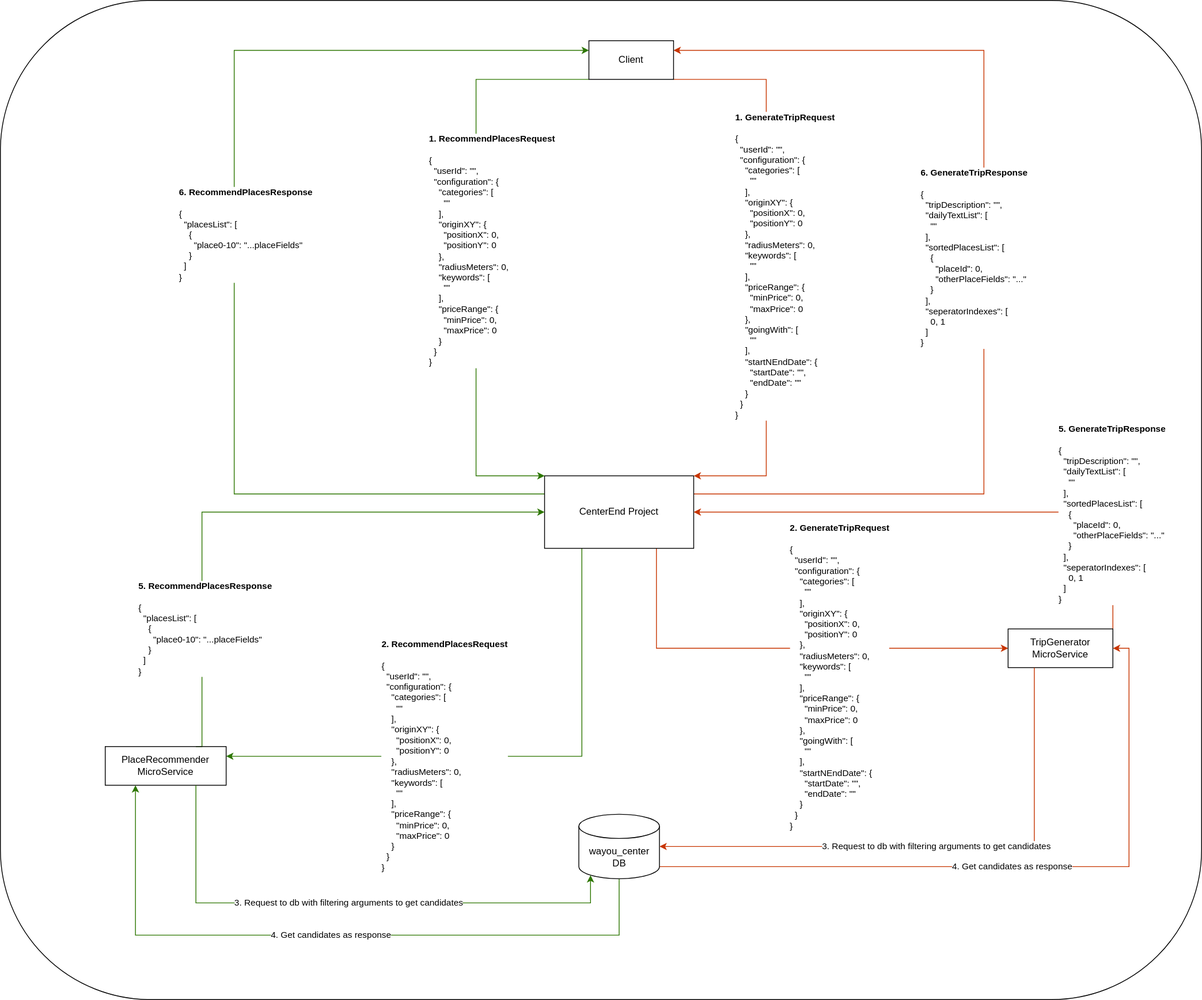
KahlerYasla/wayou-lt keeps this draw.io diagram as request-response.drawio.svg. Above is the earlier version. Source tidied: cells renumbered, new cells last; positions are measured from the earlier drawing's top-left corner, leaving out a move shared by most shapes.
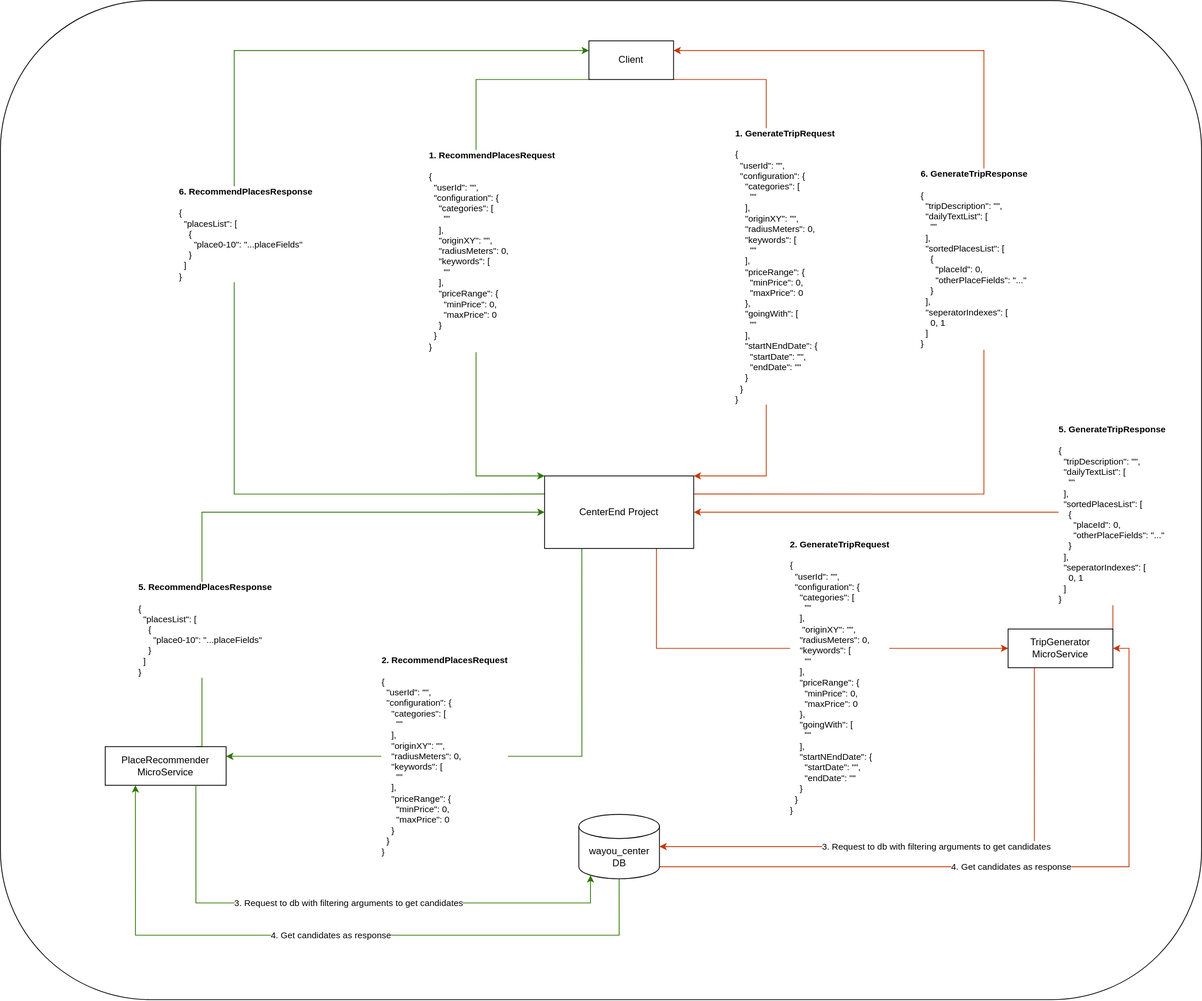
The same file after the commit.

What changed in the source:
```diff
@@ -31,12 +31,12 @@
         <mxPoint x="-64" y="81" as="offset" />
       </mxGeometry>
     </mxCell>
-    <mxCell id="7" value="&lt;b style=&quot;text-align: left;&quot;&gt;2. RecommendPlacesRequest&lt;br&gt;&lt;/b&gt;&lt;div style=&quot;text-align: left;&quot;&gt;&lt;div&gt;&lt;br&gt;&lt;/div&gt;&lt;div&gt;{&lt;/div&gt;&lt;div&gt;&amp;nbsp; &quot;userId&quot;: &quot;&quot;,&lt;/div&gt;&lt;div&gt;&amp;nbsp; &quot;configuration&quot;: {&lt;/div&gt;&lt;div&gt;&amp;nbsp; &amp;nbsp; &quot;categories&quot;: [&lt;/div&gt;&lt;div&gt;&amp;nbsp; &amp;nbsp; &amp;nbsp; &quot;&quot;&lt;/div&gt;&lt;div&gt;&amp;nbsp; &amp;nbsp; ],&lt;/div&gt;&lt;div&gt;&amp;nbsp; &amp;nbsp; &quot;originXY&quot;: {&lt;/div&gt;&lt;div&gt;&amp;nbsp; &amp;nbsp; &amp;nbsp; &quot;positionX&quot;: 0,&lt;/div&gt;&lt;div&gt;&amp;nbsp; &amp;nbsp; &amp;nbsp; &quot;positionY&quot;: 0&lt;/div&gt;&lt;div&gt;&amp;nbsp; &amp;nbsp; },&lt;/div&gt;&lt;div&gt;&lt;div&gt;&amp;nbsp; &amp;nbsp; &quot;radiusMeters&quot;: 0,&lt;/div&gt;&lt;/div&gt;&lt;div&gt;&amp;nbsp; &amp;nbsp; &quot;keywords&quot;: [&lt;/div&gt;&lt;div&gt;&amp;nbsp; &amp;nbsp; &amp;nbsp; &quot;&quot;&lt;/div&gt;&lt;div&gt;&amp;nbsp; &amp;nbsp; ],&lt;/div&gt;&lt;div&gt;&amp;nbsp; &amp;nbsp; &quot;priceRange&quot;: {&lt;/div&gt;&lt;div&gt;&amp;nbsp; &amp;nbsp; &amp;nbsp; &quot;minPrice&quot;: 0,&lt;/div&gt;&lt;div&gt;&amp;nbsp; &amp;nbsp; &amp;nbsp; &quot;maxPrice&quot;: 0&lt;/div&gt;&lt;div&gt;&amp;nbsp; &amp;nbsp; }&lt;/div&gt;&lt;div&gt;&amp;nbsp; }&lt;/div&gt;&lt;div&gt;}&lt;/div&gt;&lt;/div&gt;" style="edgeStyle=orthogonalEdgeStyle;rounded=0;jettySize=auto;html=1;exitX=0.25;exitY=1;exitDx=0;exitDy=0;entryX=1;entryY=0.25;entryDx=0;entryDy=0;fillColor=#60a917;strokeColor=#2D7600;" parent="1" edge="1" source="9" target="12">
+    <mxCell id="7" value="&lt;b style=&quot;text-align: left;&quot;&gt;2. RecommendPlacesRequest&lt;br&gt;&lt;/b&gt;&lt;div style=&quot;text-align: left;&quot;&gt;&lt;div&gt;&lt;br&gt;&lt;/div&gt;&lt;div&gt;{&lt;/div&gt;&lt;div&gt;&amp;nbsp; &quot;userId&quot;: &quot;&quot;,&lt;/div&gt;&lt;div&gt;&amp;nbsp; &quot;configuration&quot;: {&lt;/div&gt;&lt;div&gt;&amp;nbsp; &amp;nbsp; &quot;categories&quot;: [&lt;/div&gt;&lt;div&gt;&amp;nbsp; &amp;nbsp; &amp;nbsp; &quot;&quot;&lt;/div&gt;&lt;div&gt;&amp;nbsp; &amp;nbsp; ],&lt;/div&gt;&lt;div&gt;&lt;div&gt;&amp;nbsp; &amp;nbsp; &quot;originXY&quot;: &quot;&quot;,&lt;/div&gt;&lt;/div&gt;&lt;div&gt;&lt;div&gt;&amp;nbsp; &amp;nbsp; &quot;radiusMeters&quot;: 0,&lt;/div&gt;&lt;/div&gt;&lt;div&gt;&amp;nbsp; &amp;nbsp; &quot;keywords&quot;: [&lt;/div&gt;&lt;div&gt;&amp;nbsp; &amp;nbsp; &amp;nbsp; &quot;&quot;&lt;/div&gt;&lt;div&gt;&amp;nbsp; &amp;nbsp; ],&lt;/div&gt;&lt;div&gt;&amp;nbsp; &amp;nbsp; &quot;priceRange&quot;: {&lt;/div&gt;&lt;div&gt;&amp;nbsp; &amp;nbsp; &amp;nbsp; &quot;minPrice&quot;: 0,&lt;/div&gt;&lt;div&gt;&amp;nbsp; &amp;nbsp; &amp;nbsp; &quot;maxPrice&quot;: 0&lt;/div&gt;&lt;div&gt;&amp;nbsp; &amp;nbsp; }&lt;/div&gt;&lt;div&gt;&amp;nbsp; }&lt;/div&gt;&lt;div&gt;}&lt;/div&gt;&lt;/div&gt;" style="edgeStyle=orthogonalEdgeStyle;rounded=0;jettySize=auto;html=1;exitX=0.25;exitY=1;exitDx=0;exitDy=0;entryX=1;entryY=0.25;entryDx=0;entryDy=0;fillColor=#60a917;strokeColor=#2D7600;" parent="1" edge="1" source="9" target="12">
       <mxGeometry x="0.23" relative="1" as="geometry">
         <mxPoint x="1" as="offset" />
       </mxGeometry>
     </mxCell>
-    <mxCell id="8" value="&lt;b style=&quot;forced-color-adjust: none; color: rgb(0, 0, 0); font-family: Helvetica; font-size: 11px; font-style: normal; font-variant-ligatures: normal; font-variant-caps: normal; letter-spacing: normal; orphans: 2; text-align: left; text-indent: 0px; text-transform: none; widows: 2; word-spacing: 0px; -webkit-text-stroke-width: 0px; white-space: nowrap; text-decoration-thickness: initial; text-decoration-style: initial; text-decoration-color: initial;&quot;&gt;2. GenerateTripRequest&lt;br style=&quot;forced-color-adjust: none;&quot;&gt;&lt;/b&gt;&lt;br style=&quot;forced-color-adjust: none; color: rgb(0, 0, 0); font-family: Helvetica; font-size: 11px; font-style: normal; font-variant-ligatures: normal; font-variant-caps: normal; font-weight: 400; letter-spacing: normal; orphans: 2; text-align: left; text-indent: 0px; text-transform: none; widows: 2; word-spacing: 0px; -webkit-text-stroke-width: 0px; white-space: nowrap; text-decoration-thickness: initial; text-decoration-style: initial; text-decoration-color: initial;&quot;&gt;&lt;div style=&quot;forced-color-adjust: none; color: rgb(0, 0, 0); font-family: Helvetica; font-size: 11px; font-style: normal; font-variant-ligatures: normal; font-variant-caps: normal; font-weight: 400; letter-spacing: normal; orphans: 2; text-align: left; text-indent: 0px; text-transform: none; widows: 2; word-spacing: 0px; -webkit-text-stroke-width: 0px; white-space: nowrap; text-decoration-thickness: initial; text-decoration-style: initial; text-decoration-color: initial;&quot;&gt;&lt;div&gt;{&lt;/div&gt;&lt;div&gt;&amp;nbsp; &quot;userId&quot;: &quot;&quot;,&lt;/div&gt;&lt;div&gt;&amp;nbsp; &quot;configuration&quot;: {&lt;/div&gt;&lt;div&gt;&amp;nbsp; &amp;nbsp; &quot;categories&quot;: [&lt;/div&gt;&lt;div&gt;&amp;nbsp; &amp;nbsp; &amp;nbsp; &quot;&quot;&lt;/div&gt;&lt;div&gt;&amp;nbsp; &amp;nbsp; ],&lt;/div&gt;&lt;div&gt;&amp;nbsp; &amp;nbsp; &quot;originXY&quot;: {&lt;/div&gt;&lt;div&gt;&amp;nbsp; &amp;nbsp; &amp;nbsp; &quot;positionX&quot;: 0,&lt;/div&gt;&lt;div&gt;&amp;nbsp; &amp;nbsp; &amp;nbsp; &quot;positionY&quot;: 0&lt;/div&gt;&lt;div&gt;&amp;nbsp; &amp;nbsp; },&lt;/div&gt;&lt;div&gt;&amp;nbsp; &amp;nbsp; &quot;radiusMeters&quot;: 0,&lt;/div&gt;&lt;div&gt;&amp;nbsp; &amp;nbsp; &quot;keywords&quot;: [&lt;/div&gt;&lt;div&gt;&amp;nbsp; &amp;nbsp; &amp;nbsp; &quot;&quot;&lt;/div&gt;&lt;div&gt;&amp;nbsp; &amp;nbsp; ],&lt;/div&gt;&lt;div&gt;&amp;nbsp; &amp;nbsp; &quot;priceRange&quot;: {&lt;/div&gt;&lt;div&gt;&amp;nbsp; &amp;nbsp; &amp;nbsp; &quot;minPrice&quot;: 0,&lt;/div&gt;&lt;div&gt;&amp;nbsp; &amp;nbsp; &amp;nbsp; &quot;maxPrice&quot;: 0&lt;/div&gt;&lt;div&gt;&amp;nbsp; &amp;nbsp; },&lt;/div&gt;&lt;div&gt;&amp;nbsp; &amp;nbsp; &quot;goingWith&quot;: [&lt;/div&gt;&lt;div&gt;&amp;nbsp; &amp;nbsp; &amp;nbsp; &quot;&quot;&lt;/div&gt;&lt;div&gt;&amp;nbsp; &amp;nbsp; ],&lt;/div&gt;&lt;div&gt;&amp;nbsp; &amp;nbsp; &quot;startNEndDate&quot;: {&lt;/div&gt;&lt;div&gt;&amp;nbsp; &amp;nbsp; &amp;nbsp; &quot;startDate&quot;: &quot;&quot;,&lt;/div&gt;&lt;div&gt;&amp;nbsp; &amp;nbsp; &amp;nbsp; &quot;endDate&quot;: &quot;&quot;&lt;/div&gt;&lt;div&gt;&amp;nbsp; &amp;nbsp; }&lt;/div&gt;&lt;div&gt;&amp;nbsp; }&lt;/div&gt;&lt;div&gt;}&lt;/div&gt;&lt;/div&gt;" style="edgeStyle=orthogonalEdgeStyle;rounded=0;jettySize=auto;html=1;exitX=0.75;exitY=1;exitDx=0;exitDy=0;entryX=0;entryY=0.5;entryDx=0;entryDy=0;fillColor=#fa6800;strokeColor=#C73500;" parent="1" edge="1" source="9" target="15">
+    <mxCell id="8" value="&lt;b style=&quot;forced-color-adjust: none; color: rgb(0, 0, 0); font-family: Helvetica; font-size: 11px; font-style: normal; font-variant-ligatures: normal; font-variant-caps: normal; letter-spacing: normal; orphans: 2; text-align: left; text-indent: 0px; text-transform: none; widows: 2; word-spacing: 0px; -webkit-text-stroke-width: 0px; white-space: nowrap; text-decoration-thickness: initial; text-decoration-style: initial; text-decoration-color: initial;&quot;&gt;2. GenerateTripRequest&lt;br style=&quot;forced-color-adjust: none;&quot;&gt;&lt;/b&gt;&lt;br style=&quot;forced-color-adjust: none; color: rgb(0, 0, 0); font-family: Helvetica; font-size: 11px; font-style: normal; font-variant-ligatures: normal; font-variant-caps: normal; font-weight: 400; letter-spacing: normal; orphans: 2; text-align: left; text-indent: 0px; text-transform: none; widows: 2; word-spacing: 0px; -webkit-text-stroke-width: 0px; white-space: nowrap; text-decoration-thickness: initial; text-decoration-style: initial; text-decoration-color: initial;&quot;&gt;&lt;div style=&quot;forced-color-adjust: none; color: rgb(0, 0, 0); font-family: Helvetica; font-size: 11px; font-style: normal; font-variant-ligatures: normal; font-variant-caps: normal; font-weight: 400; letter-spacing: normal; orphans: 2; text-align: left; text-indent: 0px; text-transform: none; widows: 2; word-spacing: 0px; -webkit-text-stroke-width: 0px; white-space: nowrap; text-decoration-thickness: initial; text-decoration-style: initial; text-decoration-color: initial;&quot;&gt;&lt;div&gt;{&lt;/div&gt;&lt;div&gt;&amp;nbsp; &quot;userId&quot;: &quot;&quot;,&lt;/div&gt;&lt;div&gt;&amp;nbsp; &quot;configuration&quot;: {&lt;/div&gt;&lt;div&gt;&amp;nbsp; &amp;nbsp; &quot;categories&quot;: [&lt;/div&gt;&lt;div&gt;&amp;nbsp; &amp;nbsp; &amp;nbsp; &quot;&quot;&lt;/div&gt;&lt;div&gt;&amp;nbsp; &amp;nbsp; ],&lt;/div&gt;&lt;div&gt;&amp;nbsp; &amp;nbsp; &amp;nbsp;&quot;originXY&quot;: &quot;&quot;,&lt;/div&gt;&lt;div&gt;&amp;nbsp; &amp;nbsp; &quot;radiusMeters&quot;: 0,&lt;/div&gt;&lt;div&gt;&amp;nbsp; &amp;nbsp; &quot;keywords&quot;: [&lt;/div&gt;&lt;div&gt;&amp;nbsp; &amp;nbsp; &amp;nbsp; &quot;&quot;&lt;/div&gt;&lt;div&gt;&amp;nbsp; &amp;nbsp; ],&lt;/div&gt;&lt;div&gt;&amp;nbsp; &amp;nbsp; &quot;priceRange&quot;: {&lt;/div&gt;&lt;div&gt;&amp;nbsp; &amp;nbsp; &amp;nbsp; &quot;minPrice&quot;: 0,&lt;/div&gt;&lt;div&gt;&amp;nbsp; &amp;nbsp; &amp;nbsp; &quot;maxPrice&quot;: 0&lt;/div&gt;&lt;div&gt;&amp;nbsp; &amp;nbsp; },&lt;/div&gt;&lt;div&gt;&amp;nbsp; &amp;nbsp; &quot;goingWith&quot;: [&lt;/div&gt;&lt;div&gt;&amp;nbsp; &amp;nbsp; &amp;nbsp; &quot;&quot;&lt;/div&gt;&lt;div&gt;&amp;nbsp; &amp;nbsp; ],&lt;/div&gt;&lt;div&gt;&amp;nbsp; &amp;nbsp; &quot;startNEndDate&quot;: {&lt;/div&gt;&lt;div&gt;&amp;nbsp; &amp;nbsp; &amp;nbsp; &quot;startDate&quot;: &quot;&quot;,&lt;/div&gt;&lt;div&gt;&amp;nbsp; &amp;nbsp; &amp;nbsp; &quot;endDate&quot;: &quot;&quot;&lt;/div&gt;&lt;div&gt;&amp;nbsp; &amp;nbsp; }&lt;/div&gt;&lt;div&gt;&amp;nbsp; }&lt;/div&gt;&lt;div&gt;}&lt;/div&gt;&lt;/div&gt;" style="edgeStyle=orthogonalEdgeStyle;rounded=0;jettySize=auto;html=1;exitX=0.75;exitY=1;exitDx=0;exitDy=0;entryX=0;entryY=0.5;entryDx=0;entryDy=0;fillColor=#fa6800;strokeColor=#C73500;" parent="1" edge="1" source="9" target="15">
       <mxGeometry x="0.25" y="-36" relative="1" as="geometry" />
     </mxCell>
     <mxCell id="9" value="CenterEnd Project" style="rounded=0;whiteSpace=wrap;html=1;fillStyle=dashed;align=center;fillColor=default;strokeColor=#000000;glass=0;shadow=0;strokeWidth=1;" parent="1" vertex="1">
@@ -75,12 +75,12 @@
         </Array>
       </mxGeometry>
     </mxCell>
-    <mxCell id="17" value="&lt;b&gt;1. RecommendPlacesRequest&lt;br&gt;&lt;/b&gt;&lt;div&gt;&lt;div&gt;&lt;br&gt;&lt;/div&gt;&lt;div&gt;&lt;div&gt;{&lt;/div&gt;&lt;div&gt;&amp;nbsp; &quot;userId&quot;: &quot;&quot;,&lt;/div&gt;&lt;div&gt;&amp;nbsp; &quot;configuration&quot;: {&lt;/div&gt;&lt;div&gt;&amp;nbsp; &amp;nbsp; &quot;categories&quot;: [&lt;/div&gt;&lt;div&gt;&amp;nbsp; &amp;nbsp; &amp;nbsp; &quot;&quot;&lt;/div&gt;&lt;div&gt;&amp;nbsp; &amp;nbsp; ],&lt;/div&gt;&lt;div&gt;&amp;nbsp; &amp;nbsp; &quot;originXY&quot;: {&lt;/div&gt;&lt;div&gt;&amp;nbsp; &amp;nbsp; &amp;nbsp; &quot;positionX&quot;: 0,&lt;/div&gt;&lt;div&gt;&amp;nbsp; &amp;nbsp; &amp;nbsp; &quot;positionY&quot;: 0&lt;/div&gt;&lt;div&gt;&amp;nbsp; &amp;nbsp; },&lt;/div&gt;&lt;div&gt;&amp;nbsp; &amp;nbsp; &quot;radiusMeters&quot;: 0,&lt;/div&gt;&lt;div&gt;&amp;nbsp; &amp;nbsp; &quot;keywords&quot;: [&lt;/div&gt;&lt;div&gt;&amp;nbsp; &amp;nbsp; &amp;nbsp; &quot;&quot;&lt;/div&gt;&lt;div&gt;&amp;nbsp; &amp;nbsp; ],&lt;/div&gt;&lt;div&gt;&amp;nbsp; &amp;nbsp; &quot;priceRange&quot;: {&lt;/div&gt;&lt;div&gt;&amp;nbsp; &amp;nbsp; &amp;nbsp; &quot;minPrice&quot;: 0,&lt;/div&gt;&lt;div&gt;&amp;nbsp; &amp;nbsp; &amp;nbsp; &quot;maxPrice&quot;: 0&lt;/div&gt;&lt;div&gt;&amp;nbsp; &amp;nbsp; }&lt;/div&gt;&lt;div&gt;&amp;nbsp; }&lt;/div&gt;&lt;div&gt;}&lt;/div&gt;&lt;/div&gt;&lt;/div&gt;" style="edgeLabel;html=1;align=left;verticalAlign=middle;" parent="16" vertex="1">
+    <mxCell id="17" value="&lt;b&gt;1. RecommendPlacesRequest&lt;br&gt;&lt;/b&gt;&lt;div&gt;&lt;div&gt;&lt;br&gt;&lt;/div&gt;&lt;div&gt;&lt;div&gt;{&lt;/div&gt;&lt;div&gt;&amp;nbsp; &quot;userId&quot;: &quot;&quot;,&lt;/div&gt;&lt;div&gt;&amp;nbsp; &quot;configuration&quot;: {&lt;/div&gt;&lt;div&gt;&amp;nbsp; &amp;nbsp; &quot;categories&quot;: [&lt;/div&gt;&lt;div&gt;&amp;nbsp; &amp;nbsp; &amp;nbsp; &quot;&quot;&lt;/div&gt;&lt;div&gt;&amp;nbsp; &amp;nbsp; ],&lt;/div&gt;&lt;div&gt;&amp;nbsp; &amp;nbsp; &quot;originXY&quot;: &quot;&quot;,&lt;/div&gt;&lt;div&gt;&amp;nbsp; &amp;nbsp; &quot;radiusMeters&quot;: 0,&lt;/div&gt;&lt;div&gt;&amp;nbsp; &amp;nbsp; &quot;keywords&quot;: [&lt;/div&gt;&lt;div&gt;&amp;nbsp; &amp;nbsp; &amp;nbsp; &quot;&quot;&lt;/div&gt;&lt;div&gt;&amp;nbsp; &amp;nbsp; ],&lt;/div&gt;&lt;div&gt;&amp;nbsp; &amp;nbsp; &quot;priceRange&quot;: {&lt;/div&gt;&lt;div&gt;&amp;nbsp; &amp;nbsp; &amp;nbsp; &quot;minPrice&quot;: 0,&lt;/div&gt;&lt;div&gt;&amp;nbsp; &amp;nbsp; &amp;nbsp; &quot;maxPrice&quot;: 0&lt;/div&gt;&lt;div&gt;&amp;nbsp; &amp;nbsp; }&lt;/div&gt;&lt;div&gt;&amp;nbsp; }&lt;/div&gt;&lt;div&gt;}&lt;/div&gt;&lt;/div&gt;&lt;/div&gt;" style="edgeLabel;html=1;align=left;verticalAlign=middle;" parent="16" vertex="1">
       <mxGeometry x="-0.15" y="1" relative="1" as="geometry">
         <mxPoint x="-61" y="49" as="offset" />
       </mxGeometry>
     </mxCell>
-    <mxCell id="18" value="&lt;span style=&quot;orphans: 2; text-indent: 0px; widows: 2; background-color: rgb(255, 255, 255); text-decoration-thickness: initial; text-decoration-style: initial; text-decoration-color: initial; float: none; display: inline !important;&quot;&gt;&lt;b&gt;1. GenerateTripRequest&lt;br&gt;&lt;/b&gt;&lt;br&gt;&lt;div style=&quot;&quot;&gt;&lt;div&gt;{&lt;/div&gt;&lt;div&gt;&amp;nbsp; &quot;userId&quot;: &quot;&quot;,&lt;/div&gt;&lt;div&gt;&amp;nbsp; &quot;configuration&quot;: {&lt;/div&gt;&lt;div&gt;&amp;nbsp; &amp;nbsp; &quot;categories&quot;: [&lt;/div&gt;&lt;div&gt;&amp;nbsp; &amp;nbsp; &amp;nbsp; &quot;&quot;&lt;/div&gt;&lt;div&gt;&amp;nbsp; &amp;nbsp; ],&lt;/div&gt;&lt;div&gt;&amp;nbsp; &amp;nbsp; &quot;originXY&quot;: {&lt;/div&gt;&lt;div&gt;&amp;nbsp; &amp;nbsp; &amp;nbsp; &quot;positionX&quot;: 0,&lt;/div&gt;&lt;div&gt;&amp;nbsp; &amp;nbsp; &amp;nbsp; &quot;positionY&quot;: 0&lt;/div&gt;&lt;div&gt;&amp;nbsp; &amp;nbsp; },&lt;/div&gt;&lt;div&gt;&amp;nbsp; &amp;nbsp; &quot;radiusMeters&quot;: 0,&lt;/div&gt;&lt;div&gt;&amp;nbsp; &amp;nbsp; &quot;keywords&quot;: [&lt;/div&gt;&lt;div&gt;&amp;nbsp; &amp;nbsp; &amp;nbsp; &quot;&quot;&lt;/div&gt;&lt;div&gt;&amp;nbsp; &amp;nbsp; ],&lt;/div&gt;&lt;div&gt;&amp;nbsp; &amp;nbsp; &quot;priceRange&quot;: {&lt;/div&gt;&lt;div&gt;&amp;nbsp; &amp;nbsp; &amp;nbsp; &quot;minPrice&quot;: 0,&lt;/div&gt;&lt;div&gt;&amp;nbsp; &amp;nbsp; &amp;nbsp; &quot;maxPrice&quot;: 0&lt;/div&gt;&lt;div&gt;&amp;nbsp; &amp;nbsp; },&lt;/div&gt;&lt;div&gt;&amp;nbsp; &amp;nbsp; &quot;goingWith&quot;: [&lt;/div&gt;&lt;div&gt;&amp;nbsp; &amp;nbsp; &amp;nbsp; &quot;&quot;&lt;/div&gt;&lt;div&gt;&amp;nbsp; &amp;nbsp; ],&lt;/div&gt;&lt;div&gt;&amp;nbsp; &amp;nbsp; &quot;startNEndDate&quot;: {&lt;/div&gt;&lt;div&gt;&amp;nbsp; &amp;nbsp; &amp;nbsp; &quot;startDate&quot;: &quot;&quot;,&lt;/div&gt;&lt;div&gt;&amp;nbsp; &amp;nbsp; &amp;nbsp; &quot;endDate&quot;: &quot;&quot;&lt;/div&gt;&lt;div&gt;&amp;nbsp; &amp;nbsp; }&lt;/div&gt;&lt;div&gt;&amp;nbsp; }&lt;/div&gt;&lt;div&gt;}&lt;/div&gt;&lt;/div&gt;&lt;/span&gt;" style="edgeStyle=orthogonalEdgeStyle;rounded=0;jettySize=auto;html=1;exitX=1;exitY=1;exitDx=0;exitDy=0;entryX=1;entryY=0;entryDx=0;entryDy=0;curved=0;fillColor=#fa6800;strokeColor=#C73500;align=left;" parent="1" edge="1" source="19" target="9">
+    <mxCell id="18" value="&lt;span style=&quot;orphans: 2; text-indent: 0px; widows: 2; background-color: rgb(255, 255, 255); text-decoration-thickness: initial; text-decoration-style: initial; text-decoration-color: initial; float: none; display: inline !important;&quot;&gt;&lt;b&gt;1. GenerateTripRequest&lt;br&gt;&lt;/b&gt;&lt;br&gt;&lt;div style=&quot;&quot;&gt;&lt;div&gt;{&lt;/div&gt;&lt;div&gt;&amp;nbsp; &quot;userId&quot;: &quot;&quot;,&lt;/div&gt;&lt;div&gt;&amp;nbsp; &quot;configuration&quot;: {&lt;/div&gt;&lt;div&gt;&amp;nbsp; &amp;nbsp; &quot;categories&quot;: [&lt;/div&gt;&lt;div&gt;&amp;nbsp; &amp;nbsp; &amp;nbsp; &quot;&quot;&lt;/div&gt;&lt;div&gt;&amp;nbsp; &amp;nbsp; ],&lt;/div&gt;&lt;div&gt;&lt;div&gt;&amp;nbsp; &amp;nbsp; &quot;originXY&quot;: &quot;&quot;,&lt;/div&gt;&lt;/div&gt;&lt;div&gt;&amp;nbsp; &amp;nbsp; &quot;radiusMeters&quot;: 0,&lt;/div&gt;&lt;div&gt;&amp;nbsp; &amp;nbsp; &quot;keywords&quot;: [&lt;/div&gt;&lt;div&gt;&amp;nbsp; &amp;nbsp; &amp;nbsp; &quot;&quot;&lt;/div&gt;&lt;div&gt;&amp;nbsp; &amp;nbsp; ],&lt;/div&gt;&lt;div&gt;&amp;nbsp; &amp;nbsp; &quot;priceRange&quot;: {&lt;/div&gt;&lt;div&gt;&amp;nbsp; &amp;nbsp; &amp;nbsp; &quot;minPrice&quot;: 0,&lt;/div&gt;&lt;div&gt;&amp;nbsp; &amp;nbsp; &amp;nbsp; &quot;maxPrice&quot;: 0&lt;/div&gt;&lt;div&gt;&amp;nbsp; &amp;nbsp; },&lt;/div&gt;&lt;div&gt;&amp;nbsp; &amp;nbsp; &quot;goingWith&quot;: [&lt;/div&gt;&lt;div&gt;&amp;nbsp; &amp;nbsp; &amp;nbsp; &quot;&quot;&lt;/div&gt;&lt;div&gt;&amp;nbsp; &amp;nbsp; ],&lt;/div&gt;&lt;div&gt;&amp;nbsp; &amp;nbsp; &quot;startNEndDate&quot;: {&lt;/div&gt;&lt;div&gt;&amp;nbsp; &amp;nbsp; &amp;nbsp; &quot;startDate&quot;: &quot;&quot;,&lt;/div&gt;&lt;div&gt;&amp;nbsp; &amp;nbsp; &amp;nbsp; &quot;endDate&quot;: &quot;&quot;&lt;/div&gt;&lt;div&gt;&amp;nbsp; &amp;nbsp; }&lt;/div&gt;&lt;div&gt;&amp;nbsp; }&lt;/div&gt;&lt;div&gt;}&lt;/div&gt;&lt;/div&gt;&lt;/span&gt;" style="edgeStyle=orthogonalEdgeStyle;rounded=0;jettySize=auto;html=1;exitX=1;exitY=1;exitDx=0;exitDy=0;entryX=1;entryY=0;entryDx=0;entryDy=0;curved=0;fillColor=#fa6800;strokeColor=#C73500;align=left;" parent="1" edge="1" source="19" target="9">
       <mxGeometry y="-40" relative="1" as="geometry">
         <Array as="points">
           <mxPoint x="950" y="98" />
```
